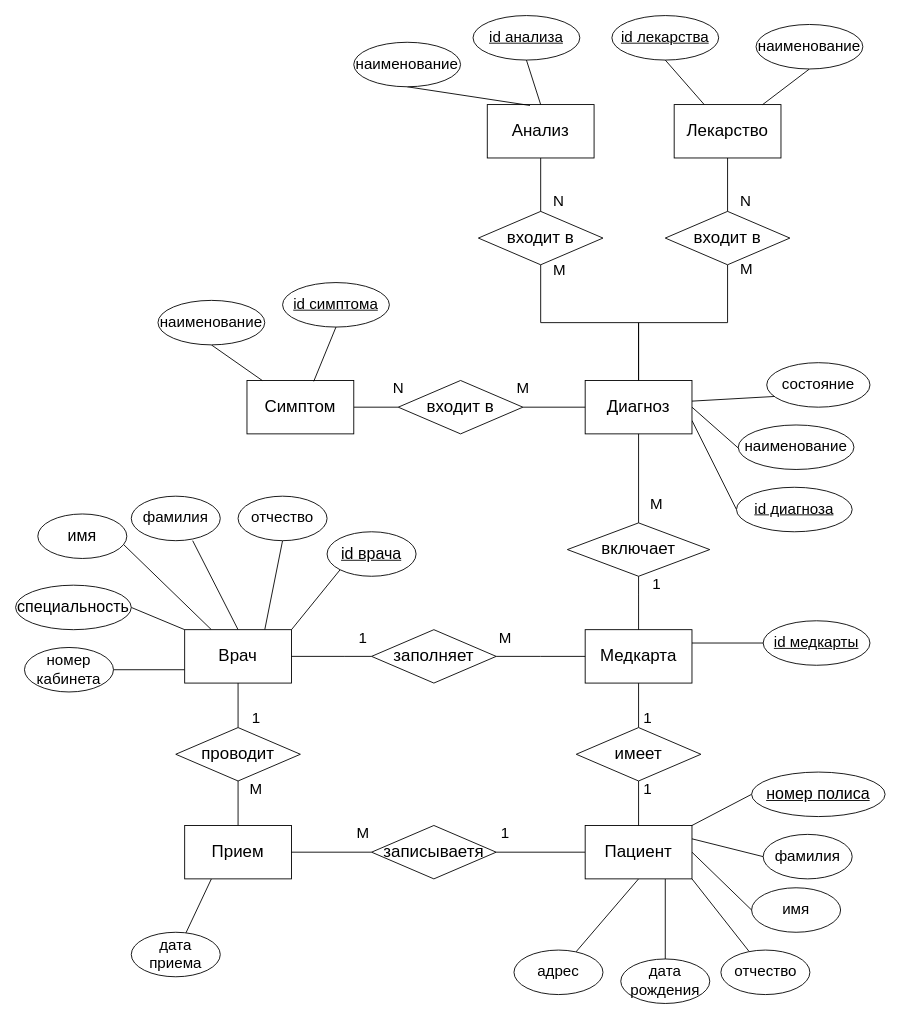
The draw.io diagram Концептуальная диаграмма.drawio in BozrikovDanila/DB, before the edit. Source tidied: cells renumbered, new cells numbered last; positions are measured from the earlier drawing's top-left corner, leaving out a move shared by most shapes. Both pictures are drawn from the tidied source at 89%, with x=0, y=0 at pixel (15, 15).
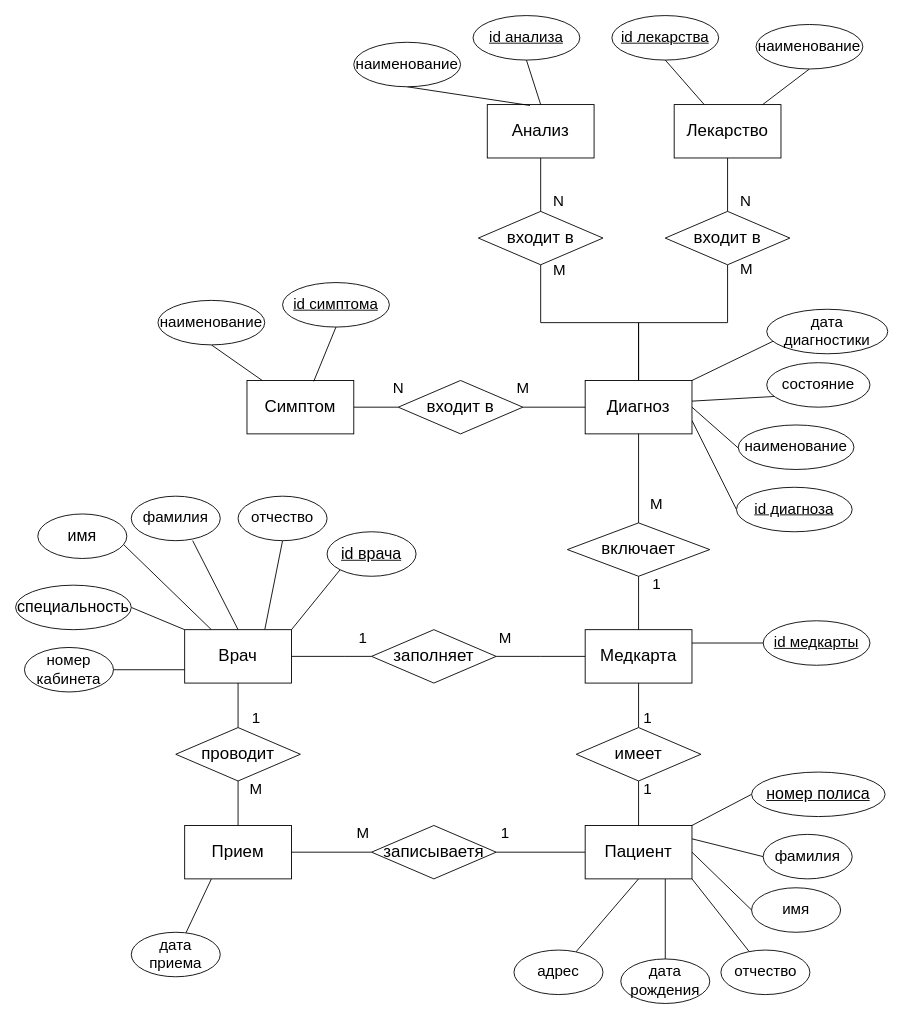
After the change.

The change refers to these unchanged cells:
```xml
<mxCell id="80" value="Диагноз" style="rounded=0;whiteSpace=wrap;html=1;fontSize=19;" parent="1" vertex="1">
  <mxGeometry x="640" y="410" width="120" height="60" as="geometry" />
</mxCell>
```

The edit, as a diff of the source:
```diff
@@
+    <mxCell id="83" style="edgeStyle=none;rounded=0;jettySize=auto;html=1;exitX=1;exitY=0;exitDx=0;exitDy=0;entryX=0.051;entryY=0.72;entryDx=0;entryDy=0;entryPerimeter=0;fontSize=17;endArrow=none;endFill=0;" parent="1" edge="1" source="80" target="84">
+      <mxGeometry relative="1" as="geometry" />
+    </mxCell>
@@
+    <mxCell id="84" value="дата диагностики" style="ellipse;whiteSpace=wrap;html=1;fontSize=17;" parent="1" vertex="1">
+      <mxGeometry x="844" y="330" width="136" height="50" as="geometry" />
+    </mxCell>
```
